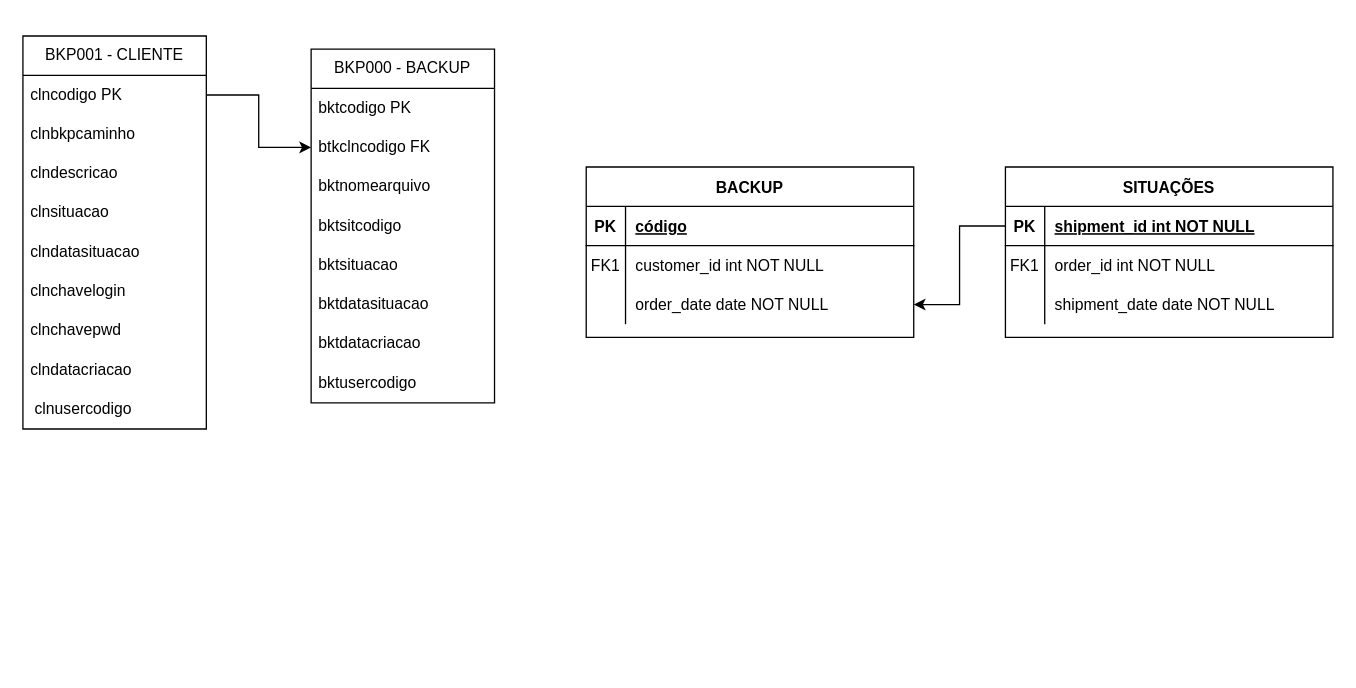
PierreSalves/bckup keeps this draw.io diagram as Diagrama sem nome.drawio. Above is the earlier version. Source tidied: cells renumbered, new cells numbered last; positions are measured from the earlier drawing's top-left corner, leaving out a move shared by most shapes. Both pictures are drawn from the tidied source at 131%, with x=0, y=0 at pixel (22, 35).
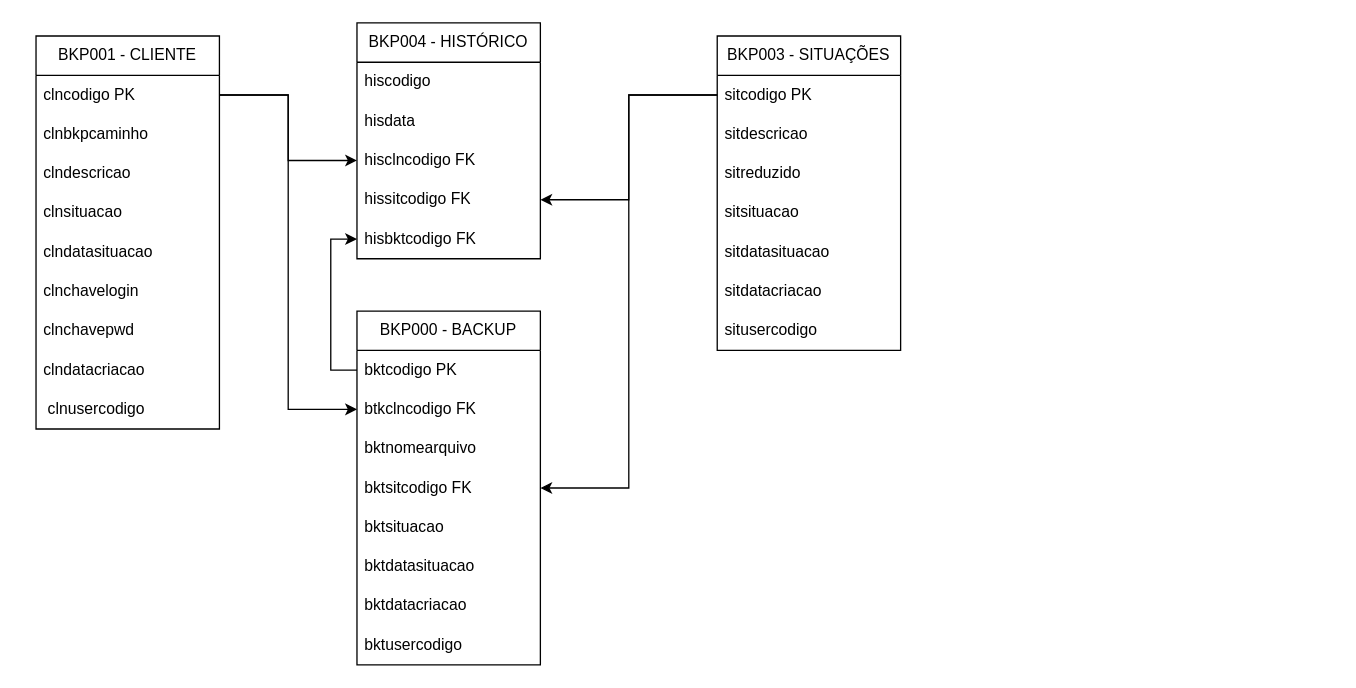
Above is the later version.

Commit message (it also covers changes not shown here):
Actualizar Diagrama MER.drawio

Unchanged cells that the change refers to:
```xml
<mxCell id="24" value="clncodigo PK" style="text;strokeColor=none;fillColor=none;align=left;verticalAlign=middle;spacingLeft=4;spacingRight=4;overflow=hidden;points=[[0,0.5],[1,0.5]];portConstraint=eastwest;whiteSpace=wrap;html=1;" parent="23" vertex="1">
  <mxGeometry y="30" width="140" height="30" as="geometry" />
</mxCell>
<mxCell id="34" value="bktcodigo PK" style="text;strokeColor=none;fillColor=none;align=left;verticalAlign=middle;spacingLeft=4;spacingRight=4;overflow=hidden;points=[[0,0.5],[1,0.5]];portConstraint=eastwest;whiteSpace=wrap;html=1;" parent="33" vertex="1">
  <mxGeometry y="30" width="140" height="30" as="geometry" />
</mxCell>
```

Diff of the diagram source:
```diff
@@
-    <mxCell id="2" value="BACKUP" style="shape=table;startSize=30;childLayout=tableLayout;rowLines=0;fontStyle=1;align=center;" parent="1" vertex="1">
-      <mxGeometry x="430" y="100" width="250" height="130" as="geometry" />
-    </mxCell>
-    <mxCell id="3" style="shape=partialRectangle;fillColor=none;top=0;left=0;right=0;bottom=1;" parent="2" vertex="1">
-      <mxGeometry y="30" width="250" height="30" as="geometry" />
-    </mxCell>
-    <mxCell id="4" value="PK" style="shape=partialRectangle;overflow=hidden;fillColor=none;top=0;left=0;bottom=0;right=0;fontStyle=1;" parent="3" vertex="1">
-      <mxGeometry width="30" height="30" as="geometry" />
-    </mxCell>
-    <mxCell id="5" value="código" style="shape=partialRectangle;overflow=hidden;fillColor=none;top=0;left=0;bottom=0;right=0;align=left;spacingLeft=6;fontStyle=5;" parent="3" vertex="1">
-      <mxGeometry x="30" width="220" height="30" as="geometry" />
-    </mxCell>
-    <mxCell id="6" style="shape=partialRectangle;fillColor=none;top=0;left=0;right=0;bottom=0;" parent="2" vertex="1">
-      <mxGeometry y="60" width="250" height="30" as="geometry" />
-    </mxCell>
-    <mxCell id="7" value="FK1" style="shape=partialRectangle;overflow=hidden;fillColor=none;top=0;left=0;bottom=0;right=0;" parent="6" vertex="1">
-      <mxGeometry width="30" height="30" as="geometry" />
-    </mxCell>
-    <mxCell id="8" value="customer_id int NOT NULL" style="shape=partialRectangle;overflow=hidden;fillColor=none;top=0;left=0;bottom=0;right=0;align=left;spacingLeft=6;" parent="6" vertex="1">
-      <mxGeometry x="30" width="220" height="30" as="geometry" />
-    </mxCell>
-    <mxCell id="9" style="shape=partialRectangle;fillColor=none;points=[[0,0.5],[1,0.5]];portConstraint=eastwest;top=0;left=0;right=0;bottom=0;" parent="2" vertex="1">
-      <mxGeometry y="90" width="250" height="30" as="geometry" />
-    </mxCell>
-    <mxCell id="10" style="shape=partialRectangle;overflow=hidden;fillColor=none;top=0;left=0;bottom=0;right=0;" parent="9" vertex="1">
-      <mxGeometry width="30" height="30" as="geometry" />
-    </mxCell>
-    <mxCell id="11" value="order_date date NOT NULL" style="shape=partialRectangle;overflow=hidden;fillColor=none;top=0;left=0;bottom=0;right=0;align=left;spacingLeft=6;" parent="9" vertex="1">
-      <mxGeometry x="30" width="220" height="30" as="geometry" />
-    </mxCell>
-    <mxCell id="12" value="SITUAÇÕES" style="shape=table;startSize=30;childLayout=tableLayout;rowLines=0;fontStyle=1;align=center;" parent="1" vertex="1">
-      <mxGeometry x="750" y="100" width="250" height="130" as="geometry" />
-    </mxCell>
-    <mxCell id="13" style="shape=partialRectangle;fillColor=none;points=[[0,0.5],[1,0.5]];portConstraint=eastwest;top=0;left=0;right=0;bottom=1;" parent="12" vertex="1">
-      <mxGeometry y="30" width="250" height="30" as="geometry" />
-    </mxCell>
-    <mxCell id="14" value="PK" style="shape=partialRectangle;overflow=hidden;fillColor=none;top=0;left=0;bottom=0;right=0;fontStyle=1;" parent="13" vertex="1">
-      <mxGeometry width="30" height="30" as="geometry" />
-    </mxCell>
-    <mxCell id="15" value="shipment_id int NOT NULL " style="shape=partialRectangle;overflow=hidden;fillColor=none;top=0;left=0;bottom=0;right=0;align=left;spacingLeft=6;fontStyle=5;" parent="13" vertex="1">
-      <mxGeometry x="30" width="220" height="30" as="geometry" />
-    </mxCell>
-    <mxCell id="16" style="shape=partialRectangle;fillColor=none;top=0;left=0;right=0;bottom=0;" parent="12" vertex="1">
-      <mxGeometry y="60" width="250" height="30" as="geometry" />
-    </mxCell>
-    <mxCell id="17" value="FK1" style="shape=partialRectangle;overflow=hidden;fillColor=none;top=0;left=0;bottom=0;right=0;" parent="16" vertex="1">
-      <mxGeometry width="30" height="30" as="geometry" />
-    </mxCell>
-    <mxCell id="18" value="order_id int NOT NULL" style="shape=partialRectangle;overflow=hidden;fillColor=none;top=0;left=0;bottom=0;right=0;align=left;spacingLeft=6;" parent="16" vertex="1">
-      <mxGeometry x="30" width="220" height="30" as="geometry" />
-    </mxCell>
-    <mxCell id="19" style="shape=partialRectangle;fillColor=none;top=0;left=0;right=0;bottom=0;" parent="12" vertex="1">
-      <mxGeometry y="90" width="250" height="30" as="geometry" />
-    </mxCell>
-    <mxCell id="20" style="shape=partialRectangle;overflow=hidden;fillColor=none;top=0;left=0;bottom=0;right=0;" parent="19" vertex="1">
-      <mxGeometry width="30" height="30" as="geometry" />
-    </mxCell>
-    <mxCell id="21" value="shipment_date date NOT NULL" style="shape=partialRectangle;overflow=hidden;fillColor=none;top=0;left=0;bottom=0;right=0;align=left;spacingLeft=6;" parent="19" vertex="1">
-      <mxGeometry x="30" width="220" height="30" as="geometry" />
-    </mxCell>
-    <mxCell id="22" style="edgeStyle=orthogonalEdgeStyle;rounded=0;jettySize=auto;html=1;entryX=1;entryY=0.5;entryDx=0;entryDy=0;" parent="1" edge="1" source="13" target="9">
-      <mxGeometry relative="1" as="geometry" />
-    </mxCell>
     <mxCell id="23" value="BKP001 - CLIENTE" style="swimlane;fontStyle=0;horizontal=1;startSize=30;whiteSpace=wrap;html=1;" parent="1" vertex="1">
-      <mxGeometry width="140" height="300" as="geometry" />
+      <mxGeometry x="10" width="140" height="300" as="geometry" />
     </mxCell>
@@
     <mxCell id="33" value="BKP000 - BACKUP" style="swimlane;fontStyle=0;horizontal=1;startSize=30;whiteSpace=wrap;html=1;" parent="1" vertex="1">
-      <mxGeometry x="220" y="10" width="140" height="270" as="geometry" />
+      <mxGeometry x="255" y="210" width="140" height="270" as="geometry" />
     </mxCell>
@@
-    <mxCell id="37" value="bktsitcodigo&amp;nbsp;" style="text;strokeColor=none;fillColor=none;align=left;verticalAlign=middle;spacingLeft=4;spacingRight=4;overflow=hidden;points=[[0,0.5],[1,0.5]];portConstraint=eastwest;whiteSpace=wrap;html=1;" parent="33" vertex="1">
+    <mxCell id="37" value="bktsitcodigo FK" style="text;strokeColor=none;fillColor=none;align=left;verticalAlign=middle;spacingLeft=4;spacingRight=4;overflow=hidden;points=[[0,0.5],[1,0.5]];portConstraint=eastwest;whiteSpace=wrap;html=1;" parent="33" vertex="1">
       <mxGeometry y="120" width="140" height="30" as="geometry" />
     </mxCell>
@@
+    <mxCell id="43" value="BKP003 - SITUAÇÕES" style="swimlane;fontStyle=0;horizontal=1;startSize=30;whiteSpace=wrap;html=1;" parent="1" vertex="1">
+      <mxGeometry x="530" width="140" height="240" as="geometry" />
+    </mxCell>
+    <mxCell id="44" value="sitcodigo PK" style="text;strokeColor=none;fillColor=none;align=left;verticalAlign=middle;spacingLeft=4;spacingRight=4;overflow=hidden;points=[[0,0.5],[1,0.5]];portConstraint=eastwest;whiteSpace=wrap;html=1;" parent="43" vertex="1">
+      <mxGeometry y="30" width="140" height="30" as="geometry" />
+    </mxCell>
+    <mxCell id="45" value="sitdescricao&amp;nbsp;" style="text;strokeColor=none;fillColor=none;align=left;verticalAlign=middle;spacingLeft=4;spacingRight=4;overflow=hidden;whiteSpace=wrap;html=1;" parent="43" vertex="1">
+      <mxGeometry y="60" width="140" height="30" as="geometry" />
+    </mxCell>
+    <mxCell id="46" value="sitreduzido&amp;nbsp;" style="text;strokeColor=none;fillColor=none;align=left;verticalAlign=middle;spacingLeft=4;spacingRight=4;overflow=hidden;whiteSpace=wrap;html=1;" parent="43" vertex="1">
+      <mxGeometry y="90" width="140" height="30" as="geometry" />
+    </mxCell>
+    <mxCell id="47" value="sitsituacao&amp;nbsp;" style="text;strokeColor=none;fillColor=none;align=left;verticalAlign=middle;spacingLeft=4;spacingRight=4;overflow=hidden;whiteSpace=wrap;html=1;" parent="43" vertex="1">
+      <mxGeometry y="120" width="140" height="30" as="geometry" />
+    </mxCell>
+    <mxCell id="48" value="sitdatasituacao&amp;nbsp;" style="text;strokeColor=none;fillColor=none;align=left;verticalAlign=middle;spacingLeft=4;spacingRight=4;overflow=hidden;whiteSpace=wrap;html=1;" parent="43" vertex="1">
+      <mxGeometry y="150" width="140" height="30" as="geometry" />
+    </mxCell>
+    <mxCell id="49" value="sitdatacriacao&amp;nbsp;" style="text;strokeColor=none;fillColor=none;align=left;verticalAlign=middle;spacingLeft=4;spacingRight=4;overflow=hidden;whiteSpace=wrap;html=1;" parent="43" vertex="1">
+      <mxGeometry y="180" width="140" height="30" as="geometry" />
+    </mxCell>
+    <mxCell id="50" value="situsercodigo" style="text;strokeColor=none;fillColor=none;align=left;verticalAlign=middle;spacingLeft=4;spacingRight=4;overflow=hidden;whiteSpace=wrap;html=1;" parent="43" vertex="1">
+      <mxGeometry y="210" width="140" height="30" as="geometry" />
+    </mxCell>
+    <mxCell id="51" style="edgeStyle=orthogonalEdgeStyle;rounded=0;jettySize=auto;html=1;" parent="1" edge="1" source="44" target="37">
+      <mxGeometry relative="1" as="geometry" />
+    </mxCell>
+    <mxCell id="52" value="BKP004 - HISTÓRICO" style="swimlane;fontStyle=0;horizontal=1;startSize=30;whiteSpace=wrap;html=1;" parent="1" vertex="1">
+      <mxGeometry x="255" y="-10" width="140" height="180" as="geometry" />
+    </mxCell>
+    <mxCell id="53" value="hiscodigo&amp;nbsp;" style="text;strokeColor=none;fillColor=none;align=left;verticalAlign=middle;spacingLeft=4;spacingRight=4;overflow=hidden;whiteSpace=wrap;html=1;" parent="52" vertex="1">
+      <mxGeometry y="30" width="140" height="30" as="geometry" />
+    </mxCell>
+    <mxCell id="54" value="hisdata&amp;nbsp;" style="text;strokeColor=none;fillColor=none;align=left;verticalAlign=middle;spacingLeft=4;spacingRight=4;overflow=hidden;whiteSpace=wrap;html=1;" parent="52" vertex="1">
+      <mxGeometry y="60" width="140" height="30" as="geometry" />
+    </mxCell>
+    <mxCell id="55" value="hisclncodigo FK" style="text;strokeColor=none;fillColor=none;align=left;verticalAlign=middle;spacingLeft=4;spacingRight=4;overflow=hidden;points=[[0,0.5],[1,0.5]];portConstraint=eastwest;whiteSpace=wrap;html=1;" parent="52" vertex="1">
+      <mxGeometry y="90" width="140" height="30" as="geometry" />
+    </mxCell>
+    <mxCell id="56" value="hissitcodigo FK" style="text;strokeColor=none;fillColor=none;align=left;verticalAlign=middle;spacingLeft=4;spacingRight=4;overflow=hidden;points=[[0,0.5],[1,0.5]];portConstraint=eastwest;whiteSpace=wrap;html=1;" parent="52" vertex="1">
+      <mxGeometry y="120" width="140" height="30" as="geometry" />
+    </mxCell>
+    <mxCell id="57" value="hisbktcodigo FK" style="text;strokeColor=none;fillColor=none;align=left;verticalAlign=middle;spacingLeft=4;spacingRight=4;overflow=hidden;points=[[0,0.5],[1,0.5]];portConstraint=eastwest;whiteSpace=wrap;html=1;" parent="52" vertex="1">
+      <mxGeometry y="150" width="140" height="30" as="geometry" />
+    </mxCell>
+    <mxCell id="58" style="edgeStyle=orthogonalEdgeStyle;rounded=0;jettySize=auto;html=1;exitX=1;exitY=0.5;exitDx=0;exitDy=0;" parent="1" edge="1" source="24" target="55">
+      <mxGeometry relative="1" as="geometry" />
+    </mxCell>
+    <mxCell id="59" style="edgeStyle=orthogonalEdgeStyle;rounded=0;jettySize=auto;html=1;exitX=0;exitY=0.5;exitDx=0;exitDy=0;entryX=1;entryY=0.5;entryDx=0;entryDy=0;" parent="1" edge="1" source="44" target="56">
+      <mxGeometry relative="1" as="geometry" />
+    </mxCell>
+    <mxCell id="60" style="edgeStyle=orthogonalEdgeStyle;rounded=0;jettySize=auto;html=1;exitX=0;exitY=0.5;exitDx=0;exitDy=0;entryX=0;entryY=0.5;entryDx=0;entryDy=0;" parent="1" edge="1" source="34" target="57">
+      <mxGeometry relative="1" as="geometry" />
+    </mxCell>
```
